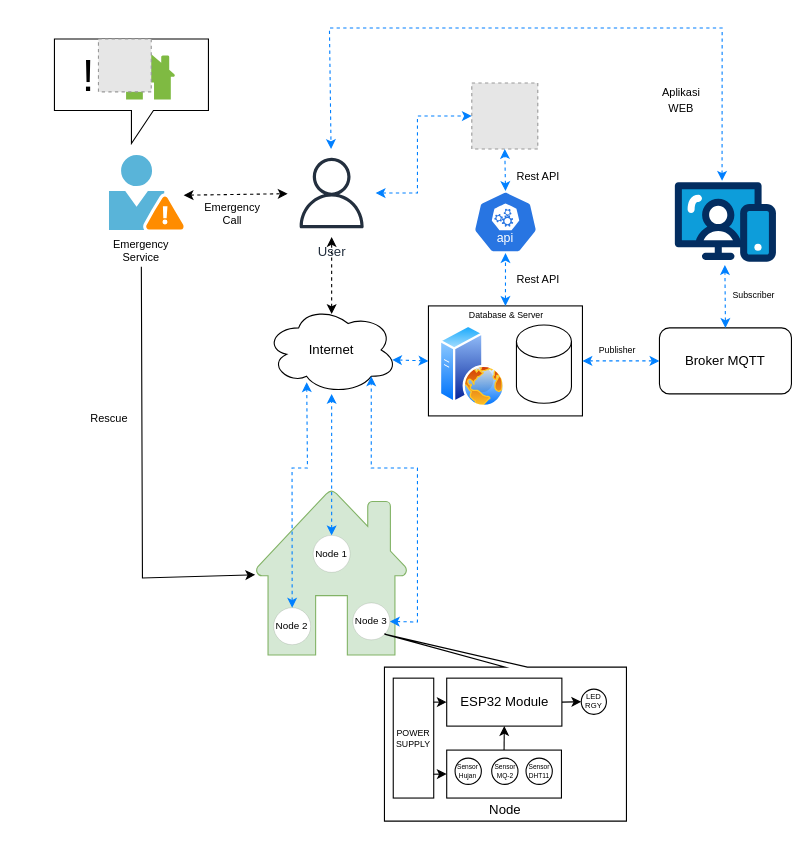
Earlier version of the draw.io diagram arsitektur-projek-akhir.drawio (Buitenzorx/projek-akhir). Source tidied: cells renumbered, new cells numbered last; positions are measured from the earlier drawing's top-left corner, leaving out a move shared by most shapes. Both pictures are drawn from the tidied source at 110%, with x=0, y=0 at pixel (54, 28). Pictures stored in the file or linked from it are replaced by grey dashed boxes.
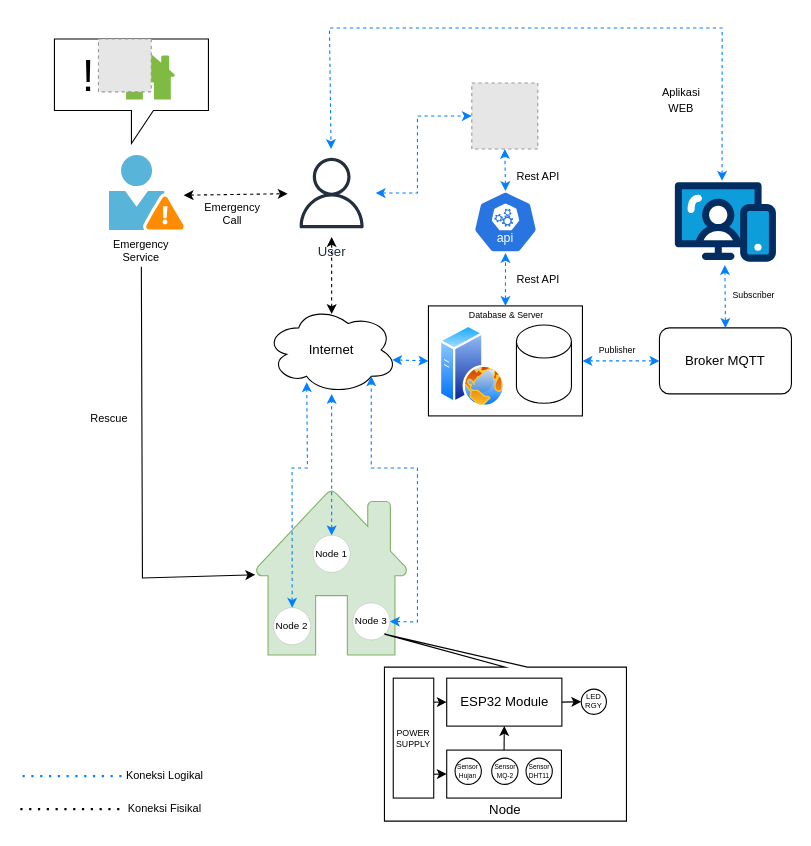
Above is the later version.

The edit, as a diff of the source:
```diff
@@
+    <mxCell id="63" style="endArrow=none;dashed=1;html=1;dashPattern=1 3;strokeWidth=2;rounded=0;strokeColor=#007FFF;" parent="1" edge="1">
+      <mxGeometry relative="1" as="geometry">
+        <mxPoint x="-29" y="680" as="sourcePoint" />
+        <mxPoint x="61" y="680" as="targetPoint" />
+      </mxGeometry>
+    </mxCell>
+    <mxCell id="64" style="endArrow=none;dashed=1;html=1;dashPattern=1 3;strokeWidth=2;rounded=0;" parent="1" edge="1">
+      <mxGeometry relative="1" as="geometry">
+        <mxPoint x="-31" y="710" as="sourcePoint" />
+        <mxPoint x="59" y="710" as="targetPoint" />
+      </mxGeometry>
+    </mxCell>
+    <mxCell id="65" value="Koneksi Logikal" style="text;html=1;align=center;verticalAlign=middle;whiteSpace=wrap;rounded=0;fontSize=10;" parent="1" vertex="1">
+      <mxGeometry x="61" y="664" width="79" height="30" as="geometry" />
+    </mxCell>
+    <mxCell id="66" value="Koneksi Fisikal" style="text;html=1;align=center;verticalAlign=middle;whiteSpace=wrap;rounded=0;fontSize=10;" parent="1" vertex="1">
+      <mxGeometry x="61" y="694" width="79" height="30" as="geometry" />
+    </mxCell>
```
